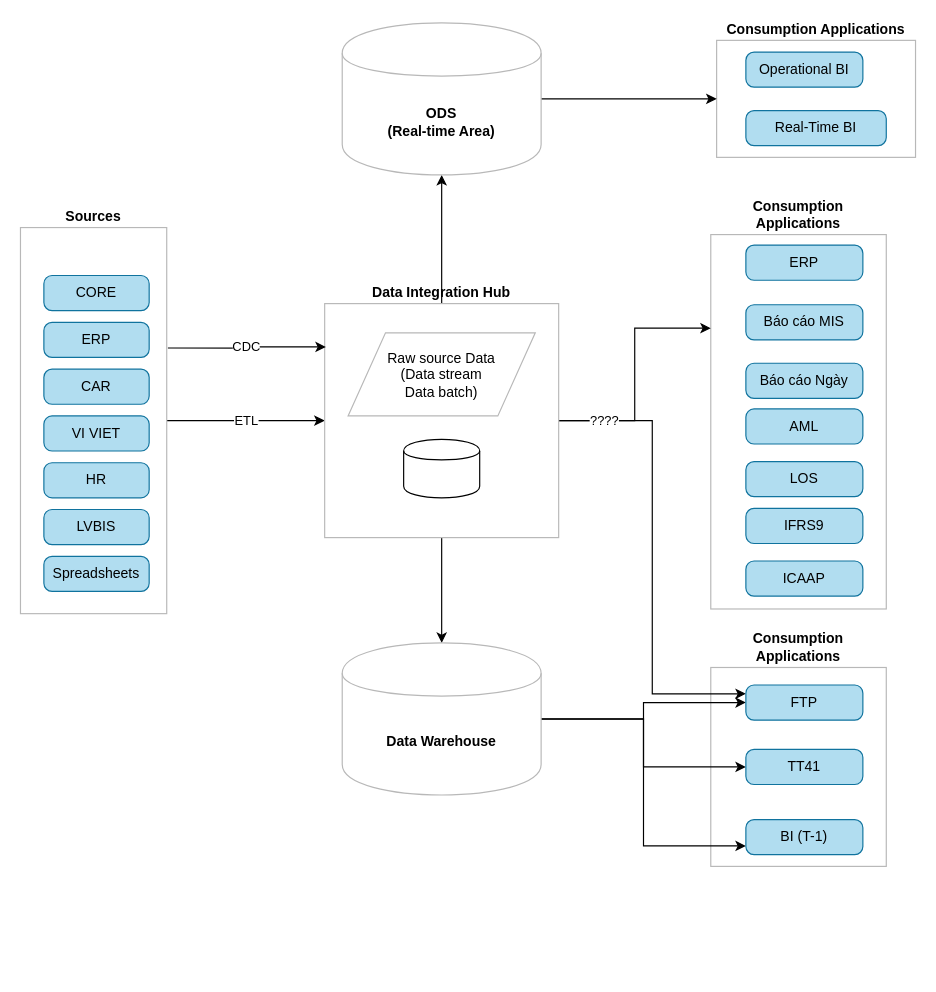
Earlier version of the draw.io diagram Data Hub.drawio (uyennt01/Project1). Source tidied: cells renumbered, new cells numbered last; positions are measured from the earlier drawing's top-left corner, leaving out a move shared by most shapes. Both pictures are drawn from the tidied source at 117%, with x=0, y=0 at pixel (20, 22).
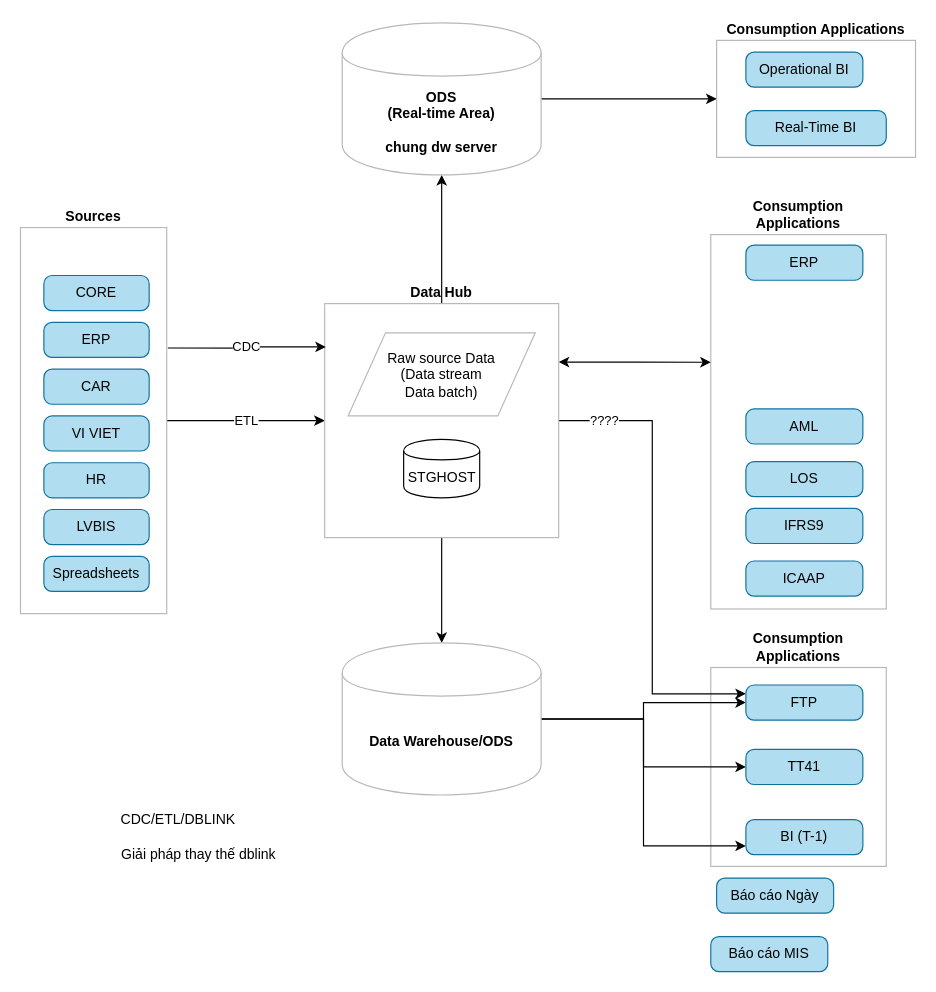
The same diagram, later.

The change refers to these unchanged cells:
```xml
<mxCell id="4" value="Consumption Applications" style="rounded=0;whiteSpace=wrap;html=1;strokeColor=#B8B8B8;labelPosition=center;verticalLabelPosition=top;align=center;verticalAlign=bottom;fontStyle=1;" parent="1" vertex="1">
  <mxGeometry x="590" y="181" width="150" height="320" as="geometry" />
</mxCell>
<mxCell id="26" value="FTP" style="rounded=1;whiteSpace=wrap;html=1;absoluteArcSize=1;arcSize=14;strokeWidth=1;fillColor=#b1ddf0;strokeColor=#10739e;" parent="1" vertex="1">
  <mxGeometry x="620" y="566" width="100" height="30" as="geometry" />
</mxCell>
```

Diff of the diagram source:
```diff
@@
-    <mxCell id="9" style="edgeStyle=orthogonalEdgeStyle;rounded=0;jettySize=auto;html=1;entryX=0;entryY=0.25;entryDx=0;entryDy=0;" parent="1" edge="1" source="11" target="4">
+    <mxCell id="9" style="edgeStyle=orthogonalEdgeStyle;rounded=0;jettySize=auto;html=1;entryX=0;entryY=0.341;entryDx=0;entryDy=0;exitX=1;exitY=0.25;exitDx=0;exitDy=0;startArrow=classic;startFill=1;entryPerimeter=0;" parent="1" edge="1" source="11" target="4">
       <mxGeometry relative="1" as="geometry" />
     </mxCell>
-    <mxCell id="10" value="????" style="edgeStyle=orthogonalEdgeStyle;rounded=0;jettySize=auto;html=1;entryX=0;entryY=0.25;entryDx=0;entryDy=0;" parent="1" edge="1" source="11" target="26">
+    <mxCell id="10" value="????" style="edgeStyle=orthogonalEdgeStyle;rounded=0;jettySize=auto;html=1;entryX=0;entryY=0.25;entryDx=0;entryDy=0;startArrow=none;startFill=0;" parent="1" edge="1" source="11" target="26">
       <mxGeometry x="-0.8" relative="1" as="geometry" />
     </mxCell>
-    <mxCell id="11" value="Data Integration Hub" style="whiteSpace=wrap;html=1;strokeColor=#B8B8B8;labelPosition=center;verticalLabelPosition=top;align=center;verticalAlign=bottom;fontStyle=1;" parent="1" vertex="1">
+    <mxCell id="11" value="Data Hub" style="whiteSpace=wrap;html=1;strokeColor=#B8B8B8;labelPosition=center;verticalLabelPosition=top;align=center;verticalAlign=bottom;fontStyle=1;" parent="1" vertex="1">
       <mxGeometry x="260" y="240" width="200" height="200" as="geometry" />
     </mxCell>
@@
-    <mxCell id="22" value="Data Warehouse" style="shape=cylinder;whiteSpace=wrap;html=1;boundedLbl=1;backgroundOutline=1;strokeColor=#B8B8B8;fontStyle=1;" parent="1" vertex="1">
+    <mxCell id="22" value="Data Warehouse/ODS" style="shape=cylinder;whiteSpace=wrap;html=1;boundedLbl=1;backgroundOutline=1;strokeColor=#B8B8B8;fontStyle=1;" parent="1" vertex="1">
       <mxGeometry x="275" y="530" width="170" height="130" as="geometry" />
     </mxCell>
@@
-    <mxCell id="24" value="&lt;div&gt;ODS&lt;/div&gt;&lt;div&gt;(Real-time Area)&lt;br&gt;&lt;/div&gt;" style="shape=cylinder;whiteSpace=wrap;html=1;boundedLbl=1;backgroundOutline=1;strokeColor=#B8B8B8;fontStyle=1;" parent="1" vertex="1">
+    <mxCell id="24" value="&lt;div&gt;ODS&lt;/div&gt;&lt;div&gt;(Real-time Area)&lt;br&gt;&lt;/div&gt;&lt;div&gt;&lt;br&gt;&lt;/div&gt;&lt;div&gt;chung dw server&lt;br&gt;&lt;/div&gt;" style="shape=cylinder;whiteSpace=wrap;html=1;boundedLbl=1;backgroundOutline=1;strokeColor=#B8B8B8;fontStyle=1;" parent="1" vertex="1">
       <mxGeometry x="275" width="170" height="130" as="geometry" />
     </mxCell>
@@
     <mxCell id="28" value="Báo cáo MIS" style="rounded=1;whiteSpace=wrap;html=1;absoluteArcSize=1;arcSize=14;strokeWidth=1;fillColor=#b1ddf0;strokeColor=#10739e;" parent="1" vertex="1">
-      <mxGeometry x="620" y="241" width="100" height="30" as="geometry" />
+      <mxGeometry x="590" y="781" width="100" height="30" as="geometry" />
     </mxCell>
     <mxCell id="29" value="Báo cáo Ngày" style="rounded=1;whiteSpace=wrap;html=1;absoluteArcSize=1;arcSize=14;strokeWidth=1;fillColor=#b1ddf0;strokeColor=#10739e;" parent="1" vertex="1">
-      <mxGeometry x="620" y="291" width="100" height="30" as="geometry" />
+      <mxGeometry x="595" y="731" width="100" height="30" as="geometry" />
     </mxCell>
@@
-    <mxCell id="39" style="shape=cylinder;whiteSpace=wrap;html=1;boundedLbl=1;backgroundOutline=1;" parent="1" vertex="1">
+    <mxCell id="39" value="STGHOST" style="shape=cylinder;whiteSpace=wrap;html=1;boundedLbl=1;backgroundOutline=1;" parent="1" vertex="1">
       <mxGeometry x="327.5" y="356" width="65" height="50" as="geometry" />
     </mxCell>
+    <mxCell id="40" value="CDC/ETL/DBLINK" style="text;html=1;strokeColor=none;fillColor=none;align=center;verticalAlign=middle;whiteSpace=wrap;rounded=0;" parent="1" vertex="1">
+      <mxGeometry x="70" y="671" width="130" height="20" as="geometry" />
+    </mxCell>
+    <mxCell id="41" value="Giải pháp thay thế dblink" style="text;html=1;strokeColor=none;fillColor=none;align=center;verticalAlign=middle;whiteSpace=wrap;rounded=0;" parent="1" vertex="1">
+      <mxGeometry x="60" y="701" width="185" height="20" as="geometry" />
+    </mxCell>
```
